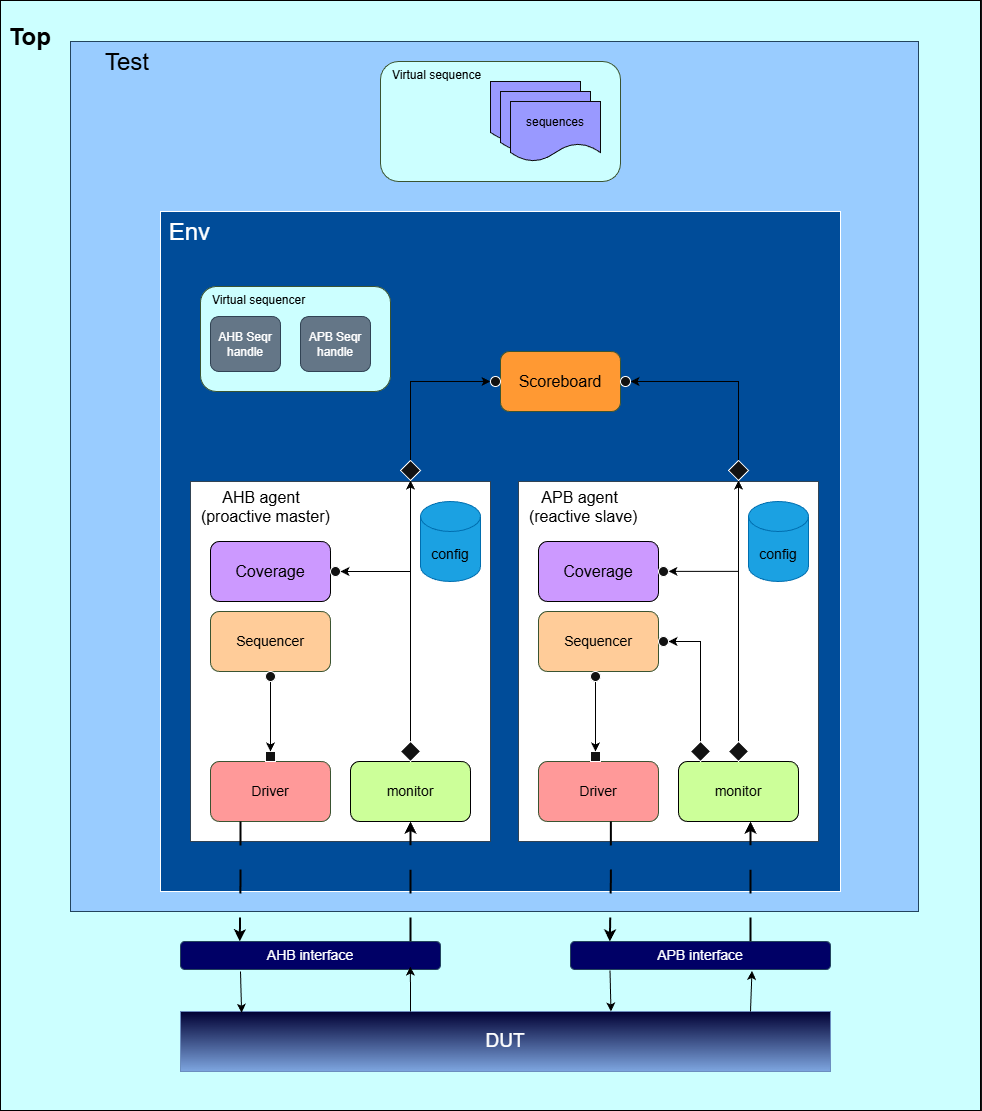
Earlier version of the draw.io export docs/AHB2ABP_TB_ARCHITECTURE.png (rafatelsheikh/ahb2apb-async-bridge-uvm). Source tidied: cells renumbered, new cells last; positions are measured from the earlier drawing's top-left corner, leaving out a move shared by most shapes. Its diagram source:
```xml
<mxGraphModel>
  <root>
    <mxCell id="0" />
    <mxCell id="1" parent="0" />
    <mxCell id="2" value="&lt;h1 style=&quot;text-align: justify;&quot;&gt;&lt;font style=&quot;color: rgb(0, 0, 0);&quot;&gt;&amp;nbsp;Top&lt;/font&gt;&lt;/h1&gt;" style="rounded=0;whiteSpace=wrap;html=1;verticalAlign=top;align=left;fillColor=light-dark(#647687,#CCFFFF);fontColor=#ffffff;strokeColor=light-dark(#000000,#000000);" parent="1" vertex="1">
      <mxGeometry width="980" height="1110" as="geometry" />
    </mxCell>
    <mxCell id="3" value="&amp;nbsp; &amp;nbsp; &amp;nbsp;&lt;span style=&quot;color: light-dark(rgb(0, 0, 0), rgb(0, 0, 0));&quot;&gt;Test&lt;/span&gt;" style="rounded=0;whiteSpace=wrap;html=1;fontSize=24;verticalAlign=top;align=left;fillColor=light-dark(#BAC8D3,#99CCFF);strokeColor=#23445d;" parent="1" vertex="1">
      <mxGeometry x="70" y="41" width="848" height="870" as="geometry" />
    </mxCell>
    <mxCell id="4" value="&amp;nbsp;Env" style="whiteSpace=wrap;html=1;verticalAlign=top;align=left;fontSize=24;fillColor=light-dark(#FFFFFF,#004C99);" parent="1" vertex="1">
      <mxGeometry x="160" y="211" width="680" height="680" as="geometry" />
    </mxCell>
    <mxCell id="5" value="&lt;font style=&quot;color: rgb(0, 0, 0);&quot;&gt;&amp;nbsp; &amp;nbsp; &amp;nbsp; &amp;nbsp;AHB agent&amp;nbsp;&lt;/font&gt;&lt;div&gt;&lt;font style=&quot;color: rgb(0, 0, 0);&quot;&gt;&amp;nbsp; (proactive master)&lt;/font&gt;&lt;/div&gt;" style="rounded=0;whiteSpace=wrap;html=1;verticalAlign=top;align=left;fontSize=16;fillColor=light-dark(#647687, #ffffff);strokeColor=#314354;fontColor=#ffffff;" parent="1" vertex="1">
      <mxGeometry x="190" y="481" width="300" height="360" as="geometry" />
    </mxCell>
    <mxCell id="6" value="&lt;font style=&quot;color: rgb(0, 0, 0);&quot;&gt;Scoreboard&lt;/font&gt;" style="rounded=1;whiteSpace=wrap;html=1;fontSize=16;fillColor=light-dark(#6D8764,#FF9933);strokeColor=#3A5431;fontColor=#ffffff;" parent="1" vertex="1">
      <mxGeometry x="500" y="351" width="120" height="60" as="geometry" />
    </mxCell>
    <mxCell id="7" value="&lt;font style=&quot;color: rgb(0, 0, 0);&quot;&gt;config&lt;/font&gt;" style="shape=cylinder3;whiteSpace=wrap;html=1;boundedLbl=1;backgroundOutline=1;size=15;fontSize=14;fillColor=#1ba1e2;strokeColor=#006EAF;fontColor=#ffffff;" parent="1" vertex="1">
      <mxGeometry x="420" y="501" width="60" height="80" as="geometry" />
    </mxCell>
    <mxCell id="8" value="AHB interface" style="rounded=1;whiteSpace=wrap;html=1;fontSize=14;fillColor=light-dark(#BAC8D3,#000066);strokeColor=#23445d;" parent="1" vertex="1">
      <mxGeometry x="180" y="941" width="260" height="28" as="geometry" />
    </mxCell>
    <mxCell id="9" value="APB interface" style="rounded=1;whiteSpace=wrap;html=1;fontSize=14;fillColor=light-dark(#BAC8D3,#000066);strokeColor=#23445d;" parent="1" vertex="1">
      <mxGeometry x="570" y="941" width="260" height="28" as="geometry" />
    </mxCell>
    <mxCell id="10" value="&lt;font style=&quot;color: rgb(0, 0, 0);&quot;&gt;monitor&lt;/font&gt;" style="rounded=1;whiteSpace=wrap;html=1;fontSize=14;fillColor=light-dark(#6D8764,#CCFF99);strokeColor=light-dark(#3A5431,#000000);fontColor=#ffffff;" parent="1" vertex="1">
      <mxGeometry x="350" y="761" width="120" height="60" as="geometry" />
    </mxCell>
    <mxCell id="11" value="&lt;font style=&quot;color: rgb(0, 0, 0);&quot;&gt;Driver&lt;/font&gt;" style="rounded=1;whiteSpace=wrap;html=1;fontSize=14;fillColor=light-dark(#6D8764,#FF9999);strokeColor=#3A5431;fontColor=#ffffff;" parent="1" vertex="1">
      <mxGeometry x="210" y="761" width="120" height="60" as="geometry" />
    </mxCell>
    <mxCell id="12" value="&lt;font style=&quot;color: rgb(0, 0, 0);&quot;&gt;Sequencer&lt;/font&gt;" style="rounded=1;whiteSpace=wrap;html=1;fontSize=14;fillColor=light-dark(#6D8764,#FFCC99);strokeColor=#3A5431;fontColor=#ffffff;" parent="1" vertex="1">
      <mxGeometry x="210" y="611" width="120" height="60" as="geometry" />
    </mxCell>
    <mxCell id="13" value="DUT" style="rounded=0;whiteSpace=wrap;html=1;fontSize=19;fillColor=light-dark(#DAE8FC,#000033);strokeColor=#6c8ebf;gradientColor=#7ea6e0;" parent="1" vertex="1">
      <mxGeometry x="180" y="1011" width="650" height="60" as="geometry" />
    </mxCell>
    <mxCell id="14" value="&lt;font style=&quot;color: rgb(0, 0, 0);&quot;&gt;&amp;nbsp; &amp;nbsp; &amp;nbsp;APB agent&amp;nbsp;&lt;/font&gt;&lt;div&gt;&lt;font style=&quot;color: rgb(0, 0, 0);&quot;&gt;&amp;nbsp; (reactive slave)&lt;/font&gt;&lt;/div&gt;" style="rounded=0;whiteSpace=wrap;html=1;verticalAlign=top;align=left;fontSize=16;fillColor=light-dark(#647687, #ffffff);strokeColor=#314354;fontColor=#ffffff;" parent="1" vertex="1">
      <mxGeometry x="518" y="481" width="300" height="360" as="geometry" />
    </mxCell>
    <mxCell id="15" value="&lt;font style=&quot;color: rgb(0, 0, 0);&quot;&gt;Sequencer&lt;/font&gt;" style="rounded=1;whiteSpace=wrap;html=1;fontSize=14;fillColor=light-dark(#6D8764,#FFCC99);strokeColor=#3A5431;fontColor=#ffffff;" parent="1" vertex="1">
      <mxGeometry x="538" y="611" width="120" height="60" as="geometry" />
    </mxCell>
    <mxCell id="16" value="&lt;font style=&quot;color: rgb(0, 0, 0);&quot;&gt;Driver&lt;/font&gt;" style="rounded=1;whiteSpace=wrap;html=1;fontSize=14;fillColor=light-dark(#6D8764,#FF9999);strokeColor=#3A5431;fontColor=#ffffff;" parent="1" vertex="1">
      <mxGeometry x="538" y="761" width="120" height="60" as="geometry" />
    </mxCell>
    <mxCell id="17" value="&lt;font style=&quot;color: rgb(0, 0, 0);&quot;&gt;monitor&lt;/font&gt;" style="rounded=1;whiteSpace=wrap;html=1;fontSize=14;fillColor=light-dark(#6D8764,#CCFF99);strokeColor=light-dark(#3A5431,#000000);fontColor=#ffffff;" parent="1" vertex="1">
      <mxGeometry x="678" y="761" width="120" height="60" as="geometry" />
    </mxCell>
    <mxCell id="18" value="&lt;font style=&quot;color: rgb(0, 0, 0);&quot;&gt;config&lt;/font&gt;" style="shape=cylinder3;whiteSpace=wrap;html=1;boundedLbl=1;backgroundOutline=1;size=15;fontSize=14;fillColor=#1ba1e2;strokeColor=#006EAF;fontColor=#ffffff;" parent="1" vertex="1">
      <mxGeometry x="748" y="501" width="60" height="80" as="geometry" />
    </mxCell>
    <mxCell id="19" style="edgeStyle=orthogonalEdgeStyle;rounded=0;jettySize=auto;html=1;exitX=0.25;exitY=1;exitDx=0;exitDy=0;entryX=0.228;entryY=-0.005;entryDx=0;entryDy=0;entryPerimeter=0;fillColor=light-dark(transparent,#000000);strokeColor=light-dark(#000000,#000000);dashed=1;dashPattern=12 12;strokeWidth=2;" parent="1" edge="1" source="11" target="8">
      <mxGeometry relative="1" as="geometry" />
    </mxCell>
    <mxCell id="20" style="endArrow=classic;html=1;rounded=0;entryX=0.094;entryY=0.021;entryDx=0;entryDy=0;entryPerimeter=0;strokeColor=light-dark(#000000,#000000);" parent="1" edge="1" target="13">
      <mxGeometry relative="1" as="geometry">
        <mxPoint x="240" y="971" as="sourcePoint" />
      </mxGeometry>
    </mxCell>
    <mxCell id="21" style="endArrow=classic;html=1;rounded=0;entryX=0.884;entryY=0.896;entryDx=0;entryDy=0;entryPerimeter=0;" parent="1" edge="1" target="8">
      <mxGeometry relative="1" as="geometry">
        <mxPoint x="410" y="1011" as="sourcePoint" />
      </mxGeometry>
    </mxCell>
    <mxCell id="22" style="endArrow=classic;html=1;rounded=0;entryX=0.5;entryY=1;entryDx=0;entryDy=0;fillColor=light-dark(transparent,#000000);strokeColor=light-dark(#000000,#000000);dashed=1;dashPattern=12 12;strokeWidth=2;" parent="1" edge="1" target="10">
      <mxGeometry relative="1" as="geometry">
        <mxPoint x="410" y="941" as="sourcePoint" />
      </mxGeometry>
    </mxCell>
    <mxCell id="23" style="endArrow=classic;html=1;rounded=0;entryX=0.094;entryY=0.021;entryDx=0;entryDy=0;entryPerimeter=0;strokeColor=light-dark(#000000,#000000);" parent="1" edge="1">
      <mxGeometry relative="1" as="geometry">
        <mxPoint x="609.5" y="970" as="sourcePoint" />
        <mxPoint x="610.5" y="1011" as="targetPoint" />
      </mxGeometry>
    </mxCell>
    <mxCell id="24" style="endArrow=classic;html=1;rounded=0;entryX=0.884;entryY=0.896;entryDx=0;entryDy=0;entryPerimeter=0;strokeColor=light-dark(#000000,#000000);" parent="1" edge="1" target="8">
      <mxGeometry relative="1" as="geometry">
        <mxPoint x="410" y="1011" as="sourcePoint" />
        <Array as="points">
          <mxPoint x="410" y="991" />
        </Array>
      </mxGeometry>
    </mxCell>
    <mxCell id="25" style="edgeStyle=orthogonalEdgeStyle;rounded=0;orthogonalLoop=1;jettySize=auto;html=1;exitX=0.25;exitY=1;exitDx=0;exitDy=0;entryX=0.228;entryY=-0.005;entryDx=0;entryDy=0;entryPerimeter=0;fillColor=light-dark(transparent,#000000);strokeColor=light-dark(#000000,#000000);dashed=1;dashPattern=12 12;strokeWidth=2;" parent="1" edge="1">
      <mxGeometry relative="1" as="geometry">
        <mxPoint x="610.3" y="821" as="sourcePoint" />
        <mxPoint x="609.3" y="941" as="targetPoint" />
      </mxGeometry>
    </mxCell>
    <mxCell id="26" style="endArrow=classic;html=1;rounded=0;entryX=0.5;entryY=1;entryDx=0;entryDy=0;fillColor=light-dark(transparent,#000000);strokeColor=light-dark(#000000,#000000);dashed=1;dashPattern=12 12;strokeWidth=2;" parent="1" edge="1">
      <mxGeometry relative="1" as="geometry">
        <mxPoint x="750" y="941" as="sourcePoint" />
        <mxPoint x="750" y="821" as="targetPoint" />
      </mxGeometry>
    </mxCell>
    <mxCell id="27" style="endArrow=classic;html=1;rounded=0;entryX=0.698;entryY=1.049;entryDx=0;entryDy=0;entryPerimeter=0;strokeColor=light-dark(#000000,#000000);" parent="1" edge="1" target="9">
      <mxGeometry relative="1" as="geometry">
        <mxPoint x="750" y="1011" as="sourcePoint" />
      </mxGeometry>
    </mxCell>
    <mxCell id="28" style="whiteSpace=wrap;html=1;" parent="1" vertex="1">
      <mxGeometry x="265" y="751" width="10" height="10" as="geometry" />
    </mxCell>
    <mxCell id="29" style="edgeStyle=orthogonalEdgeStyle;rounded=0;jettySize=auto;html=1;strokeColor=light-dark(#000000,#000000);" parent="1" edge="1" source="30" target="28">
      <mxGeometry relative="1" as="geometry" />
    </mxCell>
    <mxCell id="30" style="ellipse;whiteSpace=wrap;html=1;" parent="1" vertex="1">
      <mxGeometry x="265" y="671" width="10" height="10" as="geometry" />
    </mxCell>
    <mxCell id="31" style="whiteSpace=wrap;html=1;" parent="1" vertex="1">
      <mxGeometry x="590" y="751" width="10" height="10" as="geometry" />
    </mxCell>
    <mxCell id="32" style="edgeStyle=orthogonalEdgeStyle;rounded=0;jettySize=auto;html=1;strokeColor=light-dark(#000000,#000000);" parent="1" edge="1" source="33" target="31">
      <mxGeometry relative="1" as="geometry" />
    </mxCell>
    <mxCell id="33" style="ellipse;whiteSpace=wrap;html=1;" parent="1" vertex="1">
      <mxGeometry x="590" y="671" width="10" height="10" as="geometry" />
    </mxCell>
    <mxCell id="34" style="edgeStyle=orthogonalEdgeStyle;rounded=0;jettySize=auto;html=1;strokeColor=light-dark(#000000,#000000);" parent="1" edge="1" source="35" target="39">
      <mxGeometry relative="1" as="geometry" />
    </mxCell>
    <mxCell id="35" style="rhombus;whiteSpace=wrap;html=1;" parent="1" vertex="1">
      <mxGeometry x="400" y="741" width="20" height="20" as="geometry" />
    </mxCell>
    <mxCell id="36" style="edgeStyle=orthogonalEdgeStyle;rounded=0;jettySize=auto;html=1;fillColor=#f5f5f5;strokeColor=light-dark(#666666, #000000);" parent="1" edge="1" source="37" target="41">
      <mxGeometry relative="1" as="geometry" />
    </mxCell>
    <mxCell id="37" style="rhombus;whiteSpace=wrap;html=1;" parent="1" vertex="1">
      <mxGeometry x="728" y="741" width="20" height="20" as="geometry" />
    </mxCell>
    <mxCell id="38" style="edgeStyle=orthogonalEdgeStyle;rounded=0;jettySize=auto;html=1;strokeColor=light-dark(#000000,#000000);" parent="1" edge="1" source="39" target="42">
      <mxGeometry relative="1" as="geometry">
        <Array as="points">
          <mxPoint x="410" y="381" />
        </Array>
      </mxGeometry>
    </mxCell>
    <mxCell id="39" style="rhombus;whiteSpace=wrap;html=1;" parent="1" vertex="1">
      <mxGeometry x="400" y="460" width="20" height="20" as="geometry" />
    </mxCell>
    <mxCell id="40" style="edgeStyle=orthogonalEdgeStyle;rounded=0;jettySize=auto;html=1;entryX=1;entryY=0.5;entryDx=0;entryDy=0;strokeColor=light-dark(#000000,#000000);" parent="1" edge="1" source="41" target="43">
      <mxGeometry relative="1" as="geometry">
        <Array as="points">
          <mxPoint x="738" y="381" />
        </Array>
      </mxGeometry>
    </mxCell>
    <mxCell id="41" style="rhombus;whiteSpace=wrap;html=1;" parent="1" vertex="1">
      <mxGeometry x="728" y="460" width="20" height="20" as="geometry" />
    </mxCell>
    <mxCell id="42" style="ellipse;whiteSpace=wrap;html=1;" parent="1" vertex="1">
      <mxGeometry x="490" y="376" width="10" height="10" as="geometry" />
    </mxCell>
    <mxCell id="43" style="ellipse;whiteSpace=wrap;html=1;" parent="1" vertex="1">
      <mxGeometry x="620" y="376" width="10" height="10" as="geometry" />
    </mxCell>
    <mxCell id="44" value="&lt;div&gt;&lt;br&gt;&lt;/div&gt;&lt;div&gt;&lt;br&gt;&lt;/div&gt;&lt;div&gt;&lt;br&gt;&lt;/div&gt;&lt;div&gt;&lt;br&gt;&lt;/div&gt;&lt;div&gt;&lt;br&gt;&lt;/div&gt;&lt;div&gt;&lt;br&gt;&lt;/div&gt;&lt;div&gt;&lt;br&gt;&lt;/div&gt;&lt;div&gt;&lt;br&gt;&lt;/div&gt;&lt;div&gt;&lt;br&gt;&lt;/div&gt;&lt;div&gt;&lt;br&gt;&lt;/div&gt;&lt;div&gt;&lt;br&gt;&lt;/div&gt;&lt;div&gt;&lt;br&gt;&lt;/div&gt;" style="edgeStyle=orthogonalEdgeStyle;rounded=0;jettySize=auto;html=1;entryX=1;entryY=0.5;entryDx=0;entryDy=0;strokeColor=light-dark(#000000,#000000);" parent="1" edge="1" source="45" target="46">
      <mxGeometry relative="1" as="geometry">
        <Array as="points">
          <mxPoint x="700" y="641" />
        </Array>
      </mxGeometry>
    </mxCell>
    <mxCell id="45" style="rhombus;whiteSpace=wrap;html=1;" parent="1" vertex="1">
      <mxGeometry x="690" y="741" width="20" height="20" as="geometry" />
    </mxCell>
    <mxCell id="46" style="ellipse;whiteSpace=wrap;html=1;" parent="1" vertex="1">
      <mxGeometry x="658" y="636" width="10" height="10" as="geometry" />
    </mxCell>
    <mxCell id="47" value="&lt;font style=&quot;color: rgb(0, 0, 0);&quot;&gt;&amp;nbsp; &amp;nbsp;Virtual sequencer&lt;/font&gt;" style="rounded=1;whiteSpace=wrap;html=1;verticalAlign=top;align=left;fillColor=light-dark(#6d8764, #ccffff);strokeColor=#3A5431;fontColor=#ffffff;" parent="1" vertex="1">
      <mxGeometry x="200" y="286" width="190" height="105" as="geometry" />
    </mxCell>
    <mxCell id="48" value="&lt;font style=&quot;color: rgb(0, 0, 0);&quot;&gt;&amp;nbsp; &amp;nbsp;Virtual sequence&lt;/font&gt;" style="rounded=1;whiteSpace=wrap;html=1;verticalAlign=top;align=left;fillColor=light-dark(#6D8764,#CCFFFF);fontColor=#ffffff;strokeColor=#3A5431;" parent="1" vertex="1">
      <mxGeometry x="380" y="61" width="240" height="120" as="geometry" />
    </mxCell>
    <mxCell id="49" value="AHB Seqr handle" style="rounded=1;whiteSpace=wrap;html=1;fillColor=#647687;strokeColor=#314354;fontColor=#ffffff;" parent="1" vertex="1">
      <mxGeometry x="210" y="316" width="70" height="55" as="geometry" />
    </mxCell>
    <mxCell id="50" value="APB Seqr handle" style="rounded=1;whiteSpace=wrap;html=1;fillColor=#647687;strokeColor=#314354;fontColor=#ffffff;" parent="1" vertex="1">
      <mxGeometry x="300" y="316" width="70" height="55" as="geometry" />
    </mxCell>
    <mxCell id="51" style="shape=document;whiteSpace=wrap;html=1;boundedLbl=1;fillColor=light-dark(#647687,#9999FF);strokeColor=light-dark(#314354, #0a0a0a);fontColor=#ffffff;" parent="1" vertex="1">
      <mxGeometry x="490" y="81" width="90" height="60" as="geometry" />
    </mxCell>
    <mxCell id="52" style="shape=document;whiteSpace=wrap;html=1;boundedLbl=1;fillColor=light-dark(#647687,#9999FF);strokeColor=light-dark(#314354, #0a0a0a);fontColor=#ffffff;" parent="1" vertex="1">
      <mxGeometry x="500" y="91" width="90" height="60" as="geometry" />
    </mxCell>
    <mxCell id="53" value="&lt;font style=&quot;color: rgb(0, 0, 0);&quot;&gt;sequences&lt;/font&gt;" style="shape=document;whiteSpace=wrap;html=1;boundedLbl=1;fillColor=light-dark(#647687,#9999FF);strokeColor=light-dark(#314354, #0a0a0a);fontColor=#ffffff;" parent="1" vertex="1">
      <mxGeometry x="510" y="101" width="90" height="60" as="geometry" />
    </mxCell>
    <mxCell id="54" value="&lt;font style=&quot;color: rgb(0, 0, 0);&quot;&gt;Coverage&lt;/font&gt;" style="rounded=1;whiteSpace=wrap;html=1;fontSize=16;fillColor=light-dark(#6D8764,#CC99FF);strokeColor=light-dark(#3A5431,#000000);fontColor=#ffffff;" parent="1" vertex="1">
      <mxGeometry x="210" y="541" width="120" height="60" as="geometry" />
    </mxCell>
    <mxCell id="55" value="&lt;font style=&quot;color: rgb(0, 0, 0);&quot;&gt;Coverage&lt;/font&gt;" style="rounded=1;whiteSpace=wrap;html=1;fontSize=16;fillColor=light-dark(#6D8764,#CC99FF);strokeColor=light-dark(#3A5431,#000000);fontColor=#ffffff;" parent="1" vertex="1">
      <mxGeometry x="538" y="541" width="120" height="60" as="geometry" />
    </mxCell>
    <mxCell id="56" style="ellipse;whiteSpace=wrap;html=1;" parent="1" vertex="1">
      <mxGeometry x="330" y="566" width="10" height="10" as="geometry" />
    </mxCell>
    <mxCell id="57" style="ellipse;whiteSpace=wrap;html=1;" parent="1" vertex="1">
      <mxGeometry x="658" y="566" width="10" height="10" as="geometry" />
    </mxCell>
    <mxCell id="58" style="edgeStyle=orthogonalEdgeStyle;rounded=0;jettySize=auto;html=1;strokeColor=light-dark(#000000,#000000);entryX=1;entryY=0.5;entryDx=0;entryDy=0;" parent="1" edge="1" target="56">
      <mxGeometry relative="1" as="geometry">
        <mxPoint x="410" y="571" as="sourcePoint" />
      </mxGeometry>
    </mxCell>
    <mxCell id="59" style="edgeStyle=orthogonalEdgeStyle;rounded=0;orthogonalLoop=1;jettySize=auto;html=1;strokeColor=light-dark(#000000,#000000);entryX=1;entryY=0.5;entryDx=0;entryDy=0;" parent="1" edge="1">
      <mxGeometry relative="1" as="geometry">
        <mxPoint x="738" y="570.8" as="sourcePoint" />
        <mxPoint x="668" y="570.8" as="targetPoint" />
      </mxGeometry>
    </mxCell>
  </root>
</mxGraphModel>
```
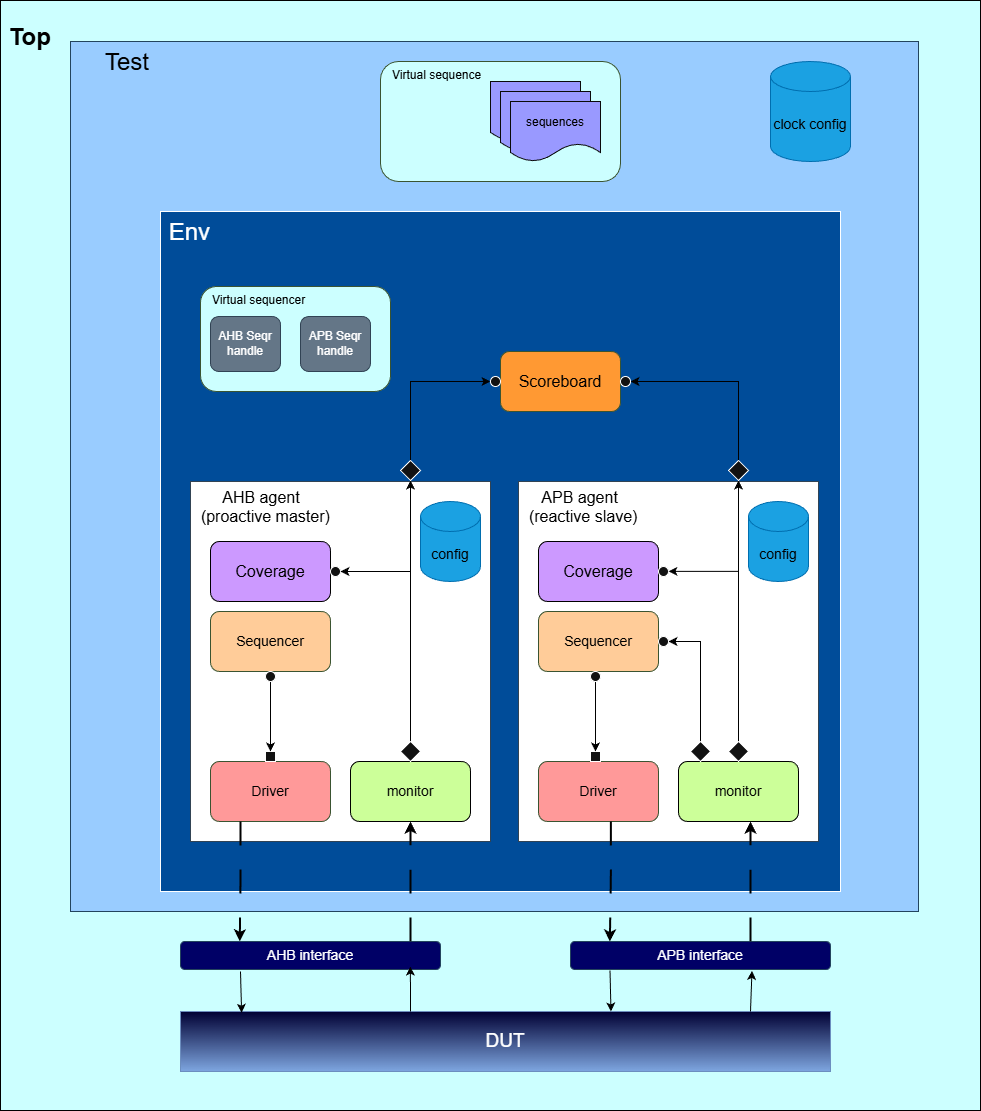
After the commit.

The edit, as a diff of the source:
```diff
@@ -215,5 +215,8 @@
         <mxPoint x="668" y="570.8" as="targetPoint" />
       </mxGeometry>
     </mxCell>
+    <mxCell id="60" value="&lt;font style=&quot;color: rgb(0, 0, 0);&quot;&gt;clock config&lt;/font&gt;" style="shape=cylinder3;whiteSpace=wrap;html=1;boundedLbl=1;backgroundOutline=1;size=15;fontSize=14;fillColor=#1ba1e2;strokeColor=#006EAF;fontColor=#ffffff;" parent="1" vertex="1">
+      <mxGeometry x="770" y="61" width="80" height="100" as="geometry" />
+    </mxCell>
   </root>
 </mxGraphModel>
```
